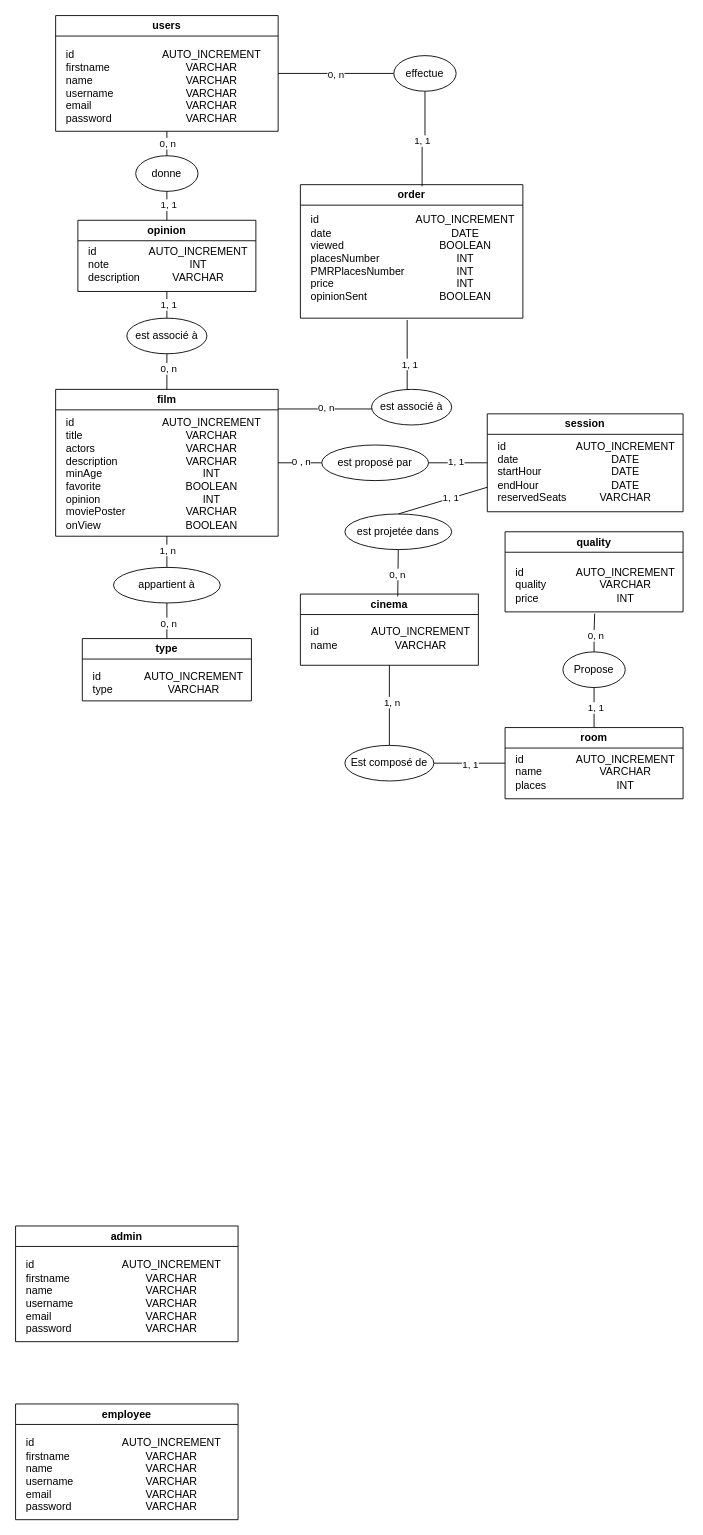
The draw.io diagram charts/MCD.drawio in Thifanie/cinephoria, before the edit. Source tidied: cells renumbered, new cells numbered last; positions are measured from the earlier drawing's top-left corner, leaving out a move shared by most shapes. Both pictures are drawn from the tidied source at 89%, with x=0, y=0 at pixel (15, 15).
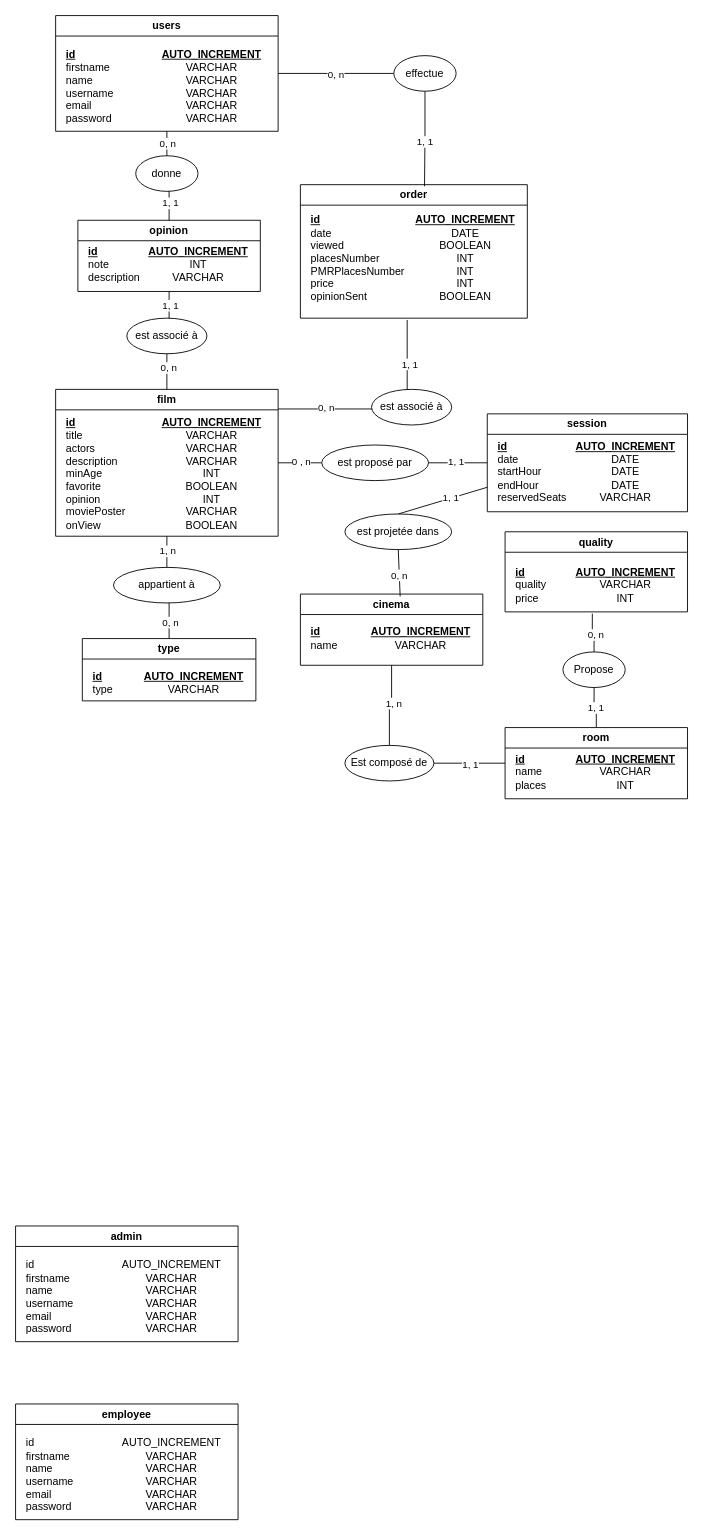
The same page after the edit.

Commit message:
Mettre à jour MCD.drawio

The change refers to these unchanged cells:
```xml
<mxCell id="4" value="film" style="swimlane;whiteSpace=wrap;html=1;fillColor=#FFFFFF;gradientColor=none;swimlaneLine=1;rounded=0;shadow=0;glass=0;startSize=23;" parent="1" vertex="1">
  <mxGeometry x="45" y="420" width="250" height="165" as="geometry" />
</mxCell>
<mxCell id="58" value="users" style="swimlane;whiteSpace=wrap;html=1;fillColor=#FFFFFF;gradientColor=none;swimlaneLine=1;rounded=0;shadow=0;glass=0;startSize=23;" parent="1" vertex="1">
  <mxGeometry x="45" width="250" height="130" as="geometry" />
</mxCell>
```

The edit, as a diff of the source:
```diff
@@
-    <mxCell id="5" value="AUTO_INCREMENT&lt;div&gt;VARCHAR&lt;/div&gt;&lt;div&gt;VARCHAR&lt;/div&gt;&lt;div&gt;VARCHAR&lt;/div&gt;&lt;div&gt;INT&lt;/div&gt;&lt;div&gt;BOOLEAN&lt;/div&gt;&lt;div&gt;INT&lt;/div&gt;&lt;div&gt;VARCHAR&lt;/div&gt;&lt;div&gt;BOOLEAN&lt;/div&gt;" style="text;html=1;align=center;verticalAlign=middle;strokeColor=none;fillColor=none;" parent="4" vertex="1">
-      <mxGeometry x="110" y="25" width="130" height="140" as="geometry" />
+    <mxCell id="5" value="&lt;b&gt;&lt;u&gt;AUTO_INCREMENT&lt;/u&gt;&lt;/b&gt;&lt;div&gt;VARCHAR&lt;/div&gt;&lt;div&gt;VARCHAR&lt;/div&gt;&lt;div&gt;VARCHAR&lt;/div&gt;&lt;div&gt;INT&lt;/div&gt;&lt;div&gt;BOOLEAN&lt;/div&gt;&lt;div&gt;INT&lt;/div&gt;&lt;div&gt;VARCHAR&lt;/div&gt;&lt;div&gt;BOOLEAN&lt;/div&gt;" style="text;html=1;align=center;verticalAlign=middle;strokeColor=none;fillColor=none;" parent="4" vertex="1">
+      <mxGeometry x="105" y="25" width="140" height="140" as="geometry" />
     </mxCell>
-    <mxCell id="6" value="id&lt;div&gt;title&lt;/div&gt;&lt;div style=&quot;&quot;&gt;actors&lt;/div&gt;&lt;div&gt;description&lt;/div&gt;&lt;div&gt;minAge&lt;/div&gt;&lt;div&gt;favorite&lt;/div&gt;&lt;div&gt;opinion&lt;/div&gt;&lt;div&gt;moviePoster&lt;/div&gt;&lt;div&gt;onView&lt;/div&gt;" style="text;html=1;align=left;verticalAlign=middle;strokeColor=none;fillColor=none;" parent="4" vertex="1">
+    <mxCell id="6" value="&lt;b&gt;&lt;u&gt;id&lt;/u&gt;&lt;/b&gt;&lt;div&gt;title&lt;/div&gt;&lt;div style=&quot;&quot;&gt;actors&lt;/div&gt;&lt;div&gt;description&lt;/div&gt;&lt;div&gt;minAge&lt;/div&gt;&lt;div&gt;favorite&lt;/div&gt;&lt;div&gt;opinion&lt;/div&gt;&lt;div&gt;moviePoster&lt;/div&gt;&lt;div&gt;onView&lt;/div&gt;" style="text;html=1;align=left;verticalAlign=middle;strokeColor=none;fillColor=none;" parent="4" vertex="1">
       <mxGeometry x="10" y="25" width="90" height="140" as="geometry" />
     </mxCell>
     <mxCell id="7" value="session" style="swimlane;whiteSpace=wrap;html=1;fillColor=#FFFFFF;gradientColor=none;swimlaneLine=1;rounded=0;shadow=0;glass=0;" parent="1" vertex="1">
-      <mxGeometry x="530" y="447.5" width="220" height="110" as="geometry" />
+      <mxGeometry x="530" y="447.5" width="225" height="110" as="geometry" />
     </mxCell>
-    <mxCell id="8" value="AUTO_INCREMENT&lt;div&gt;&lt;span style=&quot;background-color: transparent; color: light-dark(rgb(0, 0, 0), rgb(255, 255, 255));&quot;&gt;DATE&lt;/span&gt;&lt;div&gt;DATE&lt;/div&gt;&lt;div&gt;DATE&lt;/div&gt;&lt;div&gt;VARCHAR&lt;/div&gt;&lt;/div&gt;" style="text;html=1;align=center;verticalAlign=middle;strokeColor=none;fillColor=none;" parent="7" vertex="1">
-      <mxGeometry x="90" y="20" width="130" height="90" as="geometry" />
+    <mxCell id="8" value="&lt;b&gt;&lt;u&gt;AUTO_INCREMENT&lt;/u&gt;&lt;/b&gt;&lt;div&gt;&lt;span style=&quot;background-color: transparent; color: light-dark(rgb(0, 0, 0), rgb(255, 255, 255));&quot;&gt;DATE&lt;/span&gt;&lt;div&gt;DATE&lt;/div&gt;&lt;div&gt;DATE&lt;/div&gt;&lt;div&gt;VARCHAR&lt;/div&gt;&lt;/div&gt;" style="text;html=1;align=center;verticalAlign=middle;strokeColor=none;fillColor=none;" parent="7" vertex="1">
+      <mxGeometry x="85" y="20" width="140" height="90" as="geometry" />
     </mxCell>
-    <mxCell id="9" value="id&lt;div&gt;&lt;div&gt;date&lt;/div&gt;&lt;/div&gt;&lt;div style=&quot;&quot;&gt;startHour&lt;/div&gt;&lt;div&gt;endHour&lt;/div&gt;&lt;div&gt;reservedSeats&lt;/div&gt;" style="text;html=1;align=left;verticalAlign=middle;strokeColor=none;fillColor=none;" parent="7" vertex="1">
+    <mxCell id="9" value="&lt;b&gt;&lt;u&gt;id&lt;/u&gt;&lt;/b&gt;&lt;div&gt;&lt;div&gt;date&lt;/div&gt;&lt;/div&gt;&lt;div style=&quot;&quot;&gt;startHour&lt;/div&gt;&lt;div&gt;endHour&lt;/div&gt;&lt;div&gt;reservedSeats&lt;/div&gt;" style="text;html=1;align=left;verticalAlign=middle;strokeColor=none;fillColor=none;" parent="7" vertex="1">
       <mxGeometry x="10" y="20" width="100" height="90" as="geometry" />
     </mxCell>
@@
     <mxCell id="15" value="room" style="swimlane;whiteSpace=wrap;html=1;fillColor=#FFFFFF;gradientColor=none;swimlaneLine=1;rounded=0;shadow=0;glass=0;" parent="1" vertex="1">
-      <mxGeometry x="550" y="800" width="200" height="80" as="geometry" />
+      <mxGeometry x="550" y="800" width="205" height="80" as="geometry" />
     </mxCell>
-    <mxCell id="16" value="AUTO_INCREMENT&lt;div&gt;VARCHAR&lt;/div&gt;&lt;div&gt;INT&lt;/div&gt;" style="text;html=1;align=center;verticalAlign=middle;strokeColor=none;fillColor=none;" parent="15" vertex="1">
-      <mxGeometry x="70" y="20" width="130" height="60" as="geometry" />
+    <mxCell id="16" value="&lt;u&gt;&lt;b&gt;AUTO_INCREMENT&lt;/b&gt;&lt;/u&gt;&lt;div&gt;VARCHAR&lt;/div&gt;&lt;div&gt;INT&lt;/div&gt;" style="text;html=1;align=center;verticalAlign=middle;strokeColor=none;fillColor=none;" parent="15" vertex="1">
+      <mxGeometry x="65" y="20" width="140" height="60" as="geometry" />
     </mxCell>
-    <mxCell id="17" value="id&lt;div&gt;name&lt;br&gt;&lt;div&gt;places&lt;/div&gt;&lt;/div&gt;" style="text;html=1;align=left;verticalAlign=middle;strokeColor=none;fillColor=none;" parent="15" vertex="1">
+    <mxCell id="17" value="&lt;b&gt;&lt;u&gt;id&lt;/u&gt;&lt;/b&gt;&lt;div&gt;name&lt;br&gt;&lt;div&gt;places&lt;/div&gt;&lt;/div&gt;" style="text;html=1;align=left;verticalAlign=middle;strokeColor=none;fillColor=none;" parent="15" vertex="1">
       <mxGeometry x="10" y="20" width="60" height="60" as="geometry" />
     </mxCell>
     <mxCell id="18" value="quality" style="swimlane;whiteSpace=wrap;html=1;fillColor=#FFFFFF;gradientColor=none;swimlaneLine=1;rounded=0;shadow=0;glass=0;" parent="1" vertex="1">
-      <mxGeometry x="550" y="580" width="200" height="90" as="geometry" />
+      <mxGeometry x="550" y="580" width="205" height="90" as="geometry" />
     </mxCell>
-    <mxCell id="19" value="AUTO_INCREMENT&lt;div&gt;VARCHAR&lt;/div&gt;&lt;div&gt;INT&lt;/div&gt;" style="text;html=1;align=center;verticalAlign=middle;points=[];strokeColor=none;fillColor=none;" parent="18" vertex="1">
-      <mxGeometry x="70" y="30" width="130" height="60" as="geometry" />
+    <mxCell id="19" value="&lt;b&gt;&lt;u&gt;AUTO_INCREMENT&lt;/u&gt;&lt;/b&gt;&lt;div&gt;VARCHAR&lt;/div&gt;&lt;div&gt;INT&lt;/div&gt;" style="text;html=1;align=center;verticalAlign=middle;points=[];strokeColor=none;fillColor=none;" parent="18" vertex="1">
+      <mxGeometry x="65" y="30" width="140" height="60" as="geometry" />
     </mxCell>
-    <mxCell id="20" value="id&lt;div&gt;quality&lt;br&gt;&lt;div&gt;price&lt;/div&gt;&lt;/div&gt;" style="text;html=1;align=left;verticalAlign=middle;strokeColor=none;fillColor=none;" parent="18" vertex="1">
+    <mxCell id="20" value="&lt;b&gt;&lt;u&gt;id&lt;/u&gt;&lt;/b&gt;&lt;div&gt;quality&lt;br&gt;&lt;div&gt;price&lt;/div&gt;&lt;/div&gt;" style="text;html=1;align=left;verticalAlign=middle;strokeColor=none;fillColor=none;" parent="18" vertex="1">
       <mxGeometry x="10" y="30" width="60" height="60" as="geometry" />
     </mxCell>
     <mxCell id="21" value="cinema" style="swimlane;whiteSpace=wrap;html=1;fillColor=#FFFFFF;gradientColor=none;swimlaneLine=1;rounded=0;shadow=0;glass=0;" parent="1" vertex="1">
-      <mxGeometry x="320" y="650" width="200" height="80" as="geometry" />
+      <mxGeometry x="320" y="650" width="205" height="80" as="geometry" />
     </mxCell>
-    <mxCell id="22" value="AUTO_INCREMENT&lt;div&gt;VARCHAR&lt;/div&gt;" style="text;html=1;align=center;verticalAlign=middle;strokeColor=none;fillColor=none;" parent="21" vertex="1">
-      <mxGeometry x="70" y="30" width="130" height="40" as="geometry" />
+    <mxCell id="22" value="&lt;b&gt;&lt;u&gt;AUTO_INCREMENT&lt;/u&gt;&lt;/b&gt;&lt;div&gt;VARCHAR&lt;/div&gt;" style="text;html=1;align=center;verticalAlign=middle;strokeColor=none;fillColor=none;" parent="21" vertex="1">
+      <mxGeometry x="65" y="30" width="140" height="40" as="geometry" />
     </mxCell>
-    <mxCell id="23" value="id&lt;div&gt;name&lt;/div&gt;" style="text;html=1;align=left;verticalAlign=middle;strokeColor=none;fillColor=none;" parent="21" vertex="1">
+    <mxCell id="23" value="&lt;u style=&quot;&quot;&gt;&lt;b&gt;id&lt;/b&gt;&lt;/u&gt;&lt;div&gt;name&lt;/div&gt;" style="text;html=1;align=left;verticalAlign=middle;strokeColor=none;fillColor=none;" parent="21" vertex="1">
       <mxGeometry x="10" y="30" width="50" height="40" as="geometry" />
     </mxCell>
@@
     <mxCell id="33" value="type" style="swimlane;whiteSpace=wrap;html=1;fillColor=#FFFFFF;gradientColor=none;swimlaneLine=1;rounded=0;shadow=0;glass=0;" parent="1" vertex="1">
-      <mxGeometry x="75" y="700" width="190" height="70" as="geometry" />
+      <mxGeometry x="75" y="700" width="195" height="70" as="geometry" />
     </mxCell>
-    <mxCell id="34" value="AUTO_INCREMENT&lt;div&gt;VARCHAR&lt;/div&gt;" style="text;html=1;align=center;verticalAlign=middle;strokeColor=none;fillColor=none;" parent="33" vertex="1">
-      <mxGeometry x="60" y="30" width="130" height="40" as="geometry" />
+    <mxCell id="34" value="&lt;b&gt;&lt;u&gt;AUTO_INCREMENT&lt;/u&gt;&lt;/b&gt;&lt;div&gt;VARCHAR&lt;/div&gt;" style="text;html=1;align=center;verticalAlign=middle;strokeColor=none;fillColor=none;" parent="33" vertex="1">
+      <mxGeometry x="55" y="30" width="140" height="40" as="geometry" />
     </mxCell>
-    <mxCell id="35" value="id&lt;div&gt;type&lt;/div&gt;" style="text;html=1;align=left;verticalAlign=middle;strokeColor=none;fillColor=none;" parent="33" vertex="1">
+    <mxCell id="35" value="&lt;b&gt;&lt;u&gt;id&lt;/u&gt;&lt;/b&gt;&lt;div&gt;type&lt;/div&gt;" style="text;html=1;align=left;verticalAlign=middle;strokeColor=none;fillColor=none;" parent="33" vertex="1">
       <mxGeometry x="10" y="30" width="50" height="40" as="geometry" />
     </mxCell>
@@
     <mxCell id="46" style="group;" parent="1" vertex="1">
-      <mxGeometry x="70" y="230" width="200" height="112" as="geometry" />
+      <mxGeometry x="70" y="230" width="205" height="112" as="geometry" />
     </mxCell>
     <mxCell id="47" value="opinion" style="swimlane;whiteSpace=wrap;html=1;fillColor=#FFFFFF;gradientColor=none;swimlaneLine=1;rounded=0;shadow=0;glass=0;startSize=23;" parent="46" vertex="1">
-      <mxGeometry width="200" height="80" as="geometry" />
+      <mxGeometry width="205" height="80" as="geometry" />
     </mxCell>
-    <mxCell id="48" value="AUTO_INCREMENT&lt;div&gt;INT&lt;/div&gt;&lt;div&gt;VARCHAR&lt;/div&gt;" style="text;html=1;align=center;verticalAlign=middle;strokeColor=none;fillColor=none;" parent="47" vertex="1">
-      <mxGeometry x="70" y="20" width="130" height="60" as="geometry" />
+    <mxCell id="48" value="&lt;b&gt;&lt;u&gt;AUTO_INCREMENT&lt;/u&gt;&lt;/b&gt;&lt;div&gt;INT&lt;/div&gt;&lt;div&gt;VARCHAR&lt;/div&gt;" style="text;html=1;align=center;verticalAlign=middle;strokeColor=none;fillColor=none;" parent="47" vertex="1">
+      <mxGeometry x="65" y="20" width="140" height="60" as="geometry" />
     </mxCell>
-    <mxCell id="49" value="id&lt;div&gt;note&lt;/div&gt;&lt;div&gt;description&lt;/div&gt;" style="text;html=1;align=left;verticalAlign=middle;strokeColor=none;fillColor=none;" parent="47" vertex="1">
+    <mxCell id="49" value="&lt;b&gt;&lt;u&gt;id&lt;/u&gt;&lt;/b&gt;&lt;div&gt;note&lt;/div&gt;&lt;div&gt;description&lt;/div&gt;" style="text;html=1;align=left;verticalAlign=middle;strokeColor=none;fillColor=none;" parent="47" vertex="1">
       <mxGeometry x="10" y="20" width="80" height="60" as="geometry" />
     </mxCell>
@@
-    <mxCell id="59" value="AUTO_INCREMENT&lt;div&gt;VARCHAR&lt;/div&gt;&lt;div&gt;VARCHAR&lt;/div&gt;&lt;div&gt;VARCHAR&lt;/div&gt;&lt;div&gt;VARCHAR&lt;/div&gt;&lt;div&gt;VARCHAR&lt;/div&gt;" style="text;html=1;align=center;verticalAlign=middle;strokeColor=none;fillColor=none;" parent="58" vertex="1">
-      <mxGeometry x="110" y="30" width="130" height="100" as="geometry" />
+    <mxCell id="59" value="&lt;b&gt;&lt;u&gt;AUTO_INCREMENT&lt;/u&gt;&lt;/b&gt;&lt;div&gt;VARCHAR&lt;/div&gt;&lt;div&gt;VARCHAR&lt;/div&gt;&lt;div&gt;VARCHAR&lt;/div&gt;&lt;div&gt;VARCHAR&lt;/div&gt;&lt;div&gt;VARCHAR&lt;/div&gt;" style="text;html=1;align=center;verticalAlign=middle;strokeColor=none;fillColor=none;" parent="58" vertex="1">
+      <mxGeometry x="105" y="30" width="140" height="100" as="geometry" />
     </mxCell>
-    <mxCell id="60" value="id&lt;div&gt;firstname&lt;div&gt;name&lt;/div&gt;&lt;/div&gt;&lt;div style=&quot;&quot;&gt;username&lt;/div&gt;&lt;div&gt;email&lt;/div&gt;&lt;div&gt;password&lt;/div&gt;" style="text;html=1;align=left;verticalAlign=middle;strokeColor=none;fillColor=none;" parent="58" vertex="1">
+    <mxCell id="60" value="&lt;u&gt;&lt;b&gt;id&lt;/b&gt;&lt;/u&gt;&lt;div&gt;firstname&lt;div&gt;name&lt;/div&gt;&lt;/div&gt;&lt;div style=&quot;&quot;&gt;username&lt;/div&gt;&lt;div&gt;email&lt;/div&gt;&lt;div&gt;password&lt;/div&gt;" style="text;html=1;align=left;verticalAlign=middle;strokeColor=none;fillColor=none;" parent="58" vertex="1">
       <mxGeometry x="10" y="30" width="80" height="100" as="geometry" />
     </mxCell>
@@
     <mxCell id="64" value="order" style="swimlane;whiteSpace=wrap;html=1;fillColor=#FFFFFF;gradientColor=none;swimlaneLine=1;rounded=0;shadow=0;glass=0;" parent="1" vertex="1">
-      <mxGeometry x="320" y="190" width="250" height="150" as="geometry" />
+      <mxGeometry x="320" y="190" width="255" height="150" as="geometry" />
     </mxCell>
-    <mxCell id="65" value="AUTO_INCREMENT&lt;div&gt;DATE&lt;/div&gt;&lt;div&gt;BOOLEAN&lt;/div&gt;&lt;div&gt;INT&lt;/div&gt;&lt;div&gt;INT&lt;/div&gt;&lt;div&gt;INT&lt;/div&gt;&lt;div&gt;BOOLEAN&lt;/div&gt;" style="text;html=1;align=center;verticalAlign=middle;strokeColor=none;fillColor=none;" parent="64" vertex="1">
-      <mxGeometry x="120" y="28" width="130" height="110" as="geometry" />
+    <mxCell id="65" value="&lt;b&gt;&lt;u&gt;AUTO_INCREMENT&lt;/u&gt;&lt;/b&gt;&lt;div&gt;DATE&lt;/div&gt;&lt;div&gt;BOOLEAN&lt;/div&gt;&lt;div&gt;INT&lt;/div&gt;&lt;div&gt;INT&lt;/div&gt;&lt;div&gt;INT&lt;/div&gt;&lt;div&gt;BOOLEAN&lt;/div&gt;" style="text;html=1;align=center;verticalAlign=middle;strokeColor=none;fillColor=none;" parent="64" vertex="1">
+      <mxGeometry x="115" y="28" width="140" height="110" as="geometry" />
     </mxCell>
-    <mxCell id="66" value="id&lt;div&gt;&lt;div&gt;date&lt;/div&gt;&lt;div&gt;viewed&lt;/div&gt;&lt;div&gt;placesNumber&lt;/div&gt;&lt;div&gt;PMRPlacesNumber&lt;/div&gt;&lt;div&gt;price&lt;/div&gt;&lt;/div&gt;&lt;div&gt;opinionSent&lt;/div&gt;" style="text;html=1;align=left;verticalAlign=middle;strokeColor=none;fillColor=none;" parent="64" vertex="1">
+    <mxCell id="66" value="&lt;b&gt;&lt;u&gt;id&lt;/u&gt;&lt;/b&gt;&lt;div&gt;&lt;div&gt;date&lt;/div&gt;&lt;div&gt;viewed&lt;/div&gt;&lt;div&gt;placesNumber&lt;/div&gt;&lt;div&gt;PMRPlacesNumber&lt;/div&gt;&lt;div&gt;price&lt;/div&gt;&lt;/div&gt;&lt;div&gt;opinionSent&lt;/div&gt;" style="text;html=1;align=left;verticalAlign=middle;strokeColor=none;fillColor=none;" parent="64" vertex="1">
       <mxGeometry x="10" y="28" width="130" height="110" as="geometry" />
     </mxCell>
```
